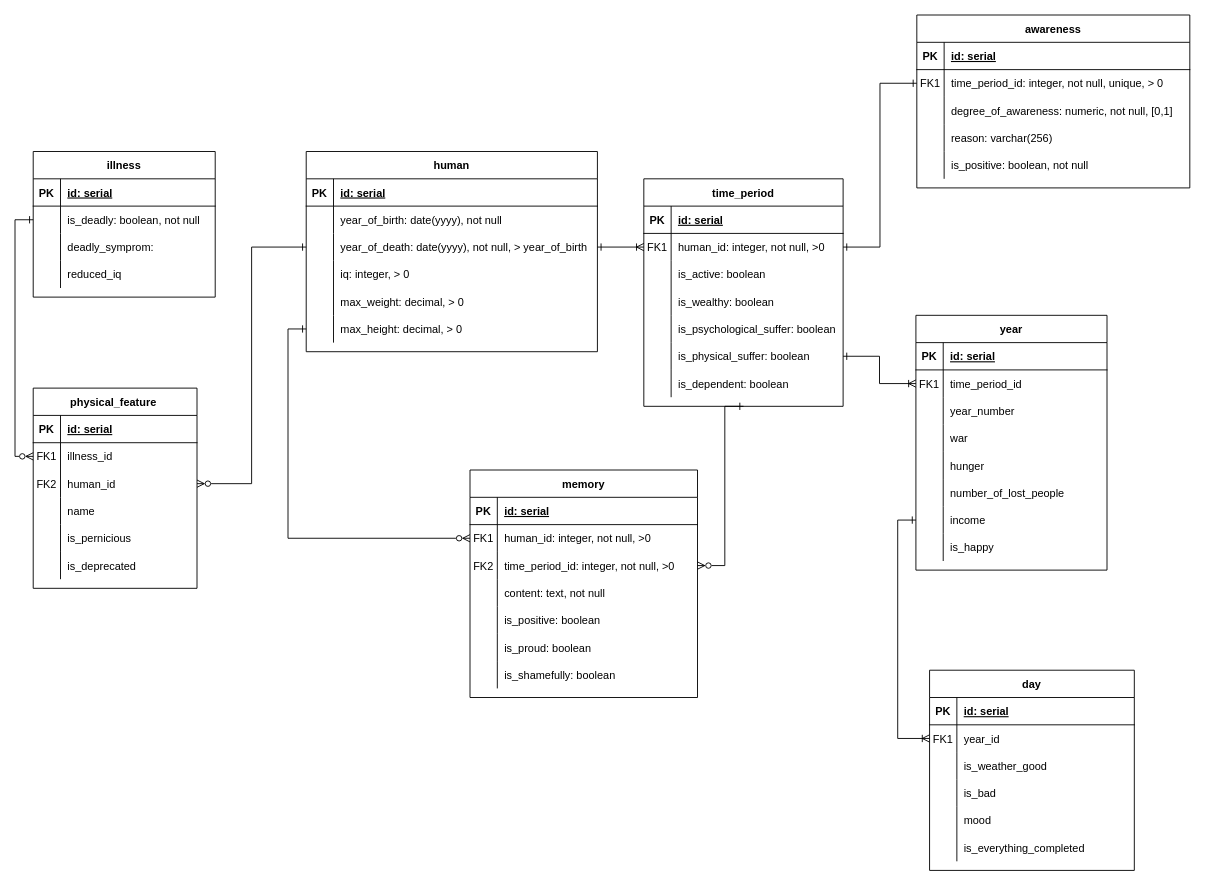
semwett0301/booking-java-back keeps this draw.io diagram as documentation/lab1-datalogical.drawio. Above is the earlier version. Source tidied: cells renumbered, new cells numbered last; positions are measured from the earlier drawing's top-left corner, leaving out a move shared by most shapes. Both pictures are drawn from the tidied source at 91%, with x=0, y=0 at pixel (33, 15).
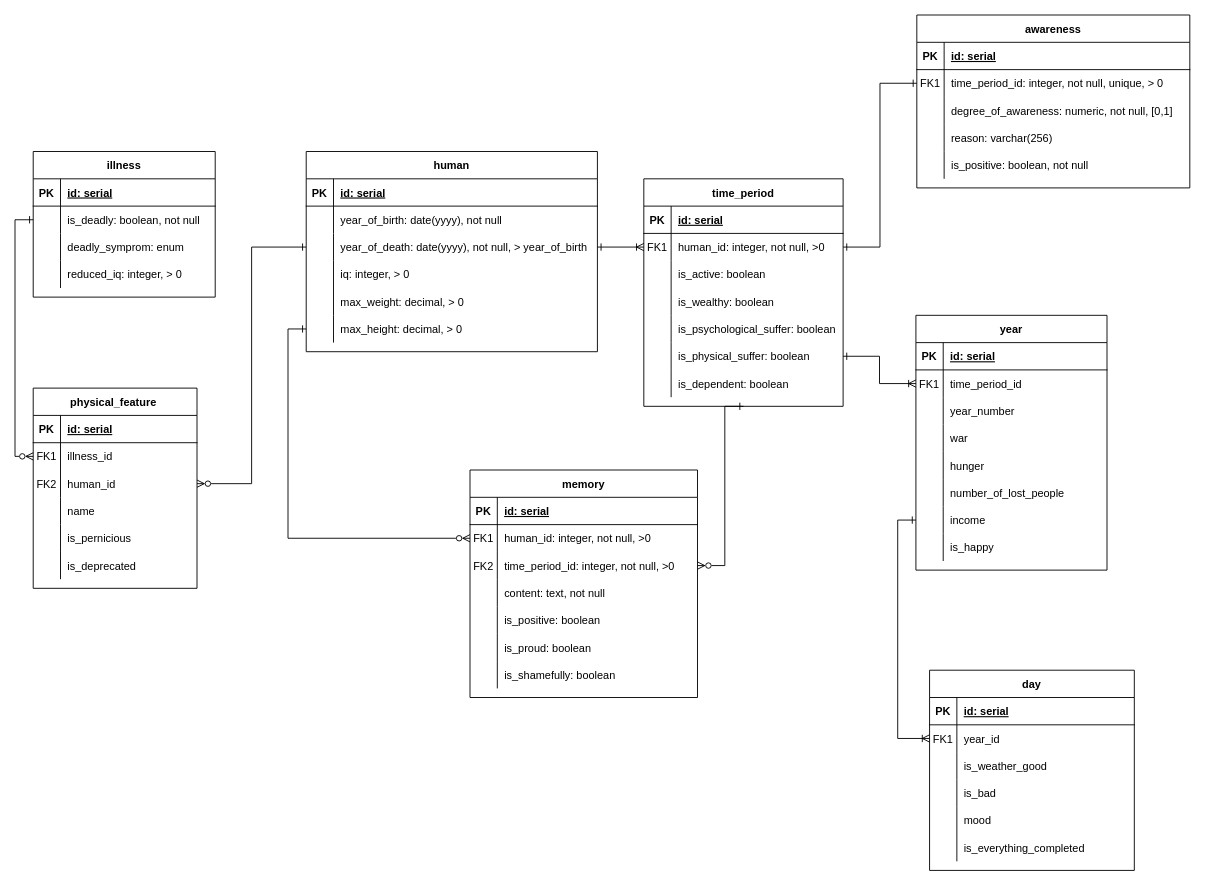
After the change.

The change refers to these unchanged cells:
```xml
<mxCell id="31" style="shape=tableRow;horizontal=0;startSize=0;swimlaneHead=0;swimlaneBody=0;fillColor=none;top=0;left=0;right=0;bottom=0;" parent="24" vertex="1">
  <mxGeometry y="90" width="200" height="30" as="geometry" />
</mxCell>
<mxCell id="34" style="shape=tableRow;horizontal=0;startSize=0;swimlaneHead=0;swimlaneBody=0;fillColor=none;top=0;left=0;right=0;bottom=0;" parent="24" vertex="1">
  <mxGeometry y="120" width="200" height="30" as="geometry" />
</mxCell>
```

The edit, as a diff of the source:
```diff
@@
-    <mxCell id="33" value="deadly_symprom: " style="shape=partialRectangle;fillColor=none;top=0;left=0;bottom=0;right=0;align=left;spacingLeft=6;overflow=hidden;" parent="31" vertex="1">
+    <mxCell id="33" value="deadly_symprom: enum" style="shape=partialRectangle;fillColor=none;top=0;left=0;bottom=0;right=0;align=left;spacingLeft=6;overflow=hidden;" parent="31" vertex="1">
       <mxGeometry x="30" width="170" height="30" as="geometry" />
     </mxCell>
@@
-    <mxCell id="36" value="reduced_iq" style="shape=partialRectangle;fillColor=none;top=0;left=0;bottom=0;right=0;align=left;spacingLeft=6;overflow=hidden;" parent="34" vertex="1">
+    <mxCell id="36" value="reduced_iq: integer, &gt; 0" style="shape=partialRectangle;fillColor=none;top=0;left=0;bottom=0;right=0;align=left;spacingLeft=6;overflow=hidden;" parent="34" vertex="1">
       <mxGeometry x="30" width="170" height="30" as="geometry" />
     </mxCell>
```
